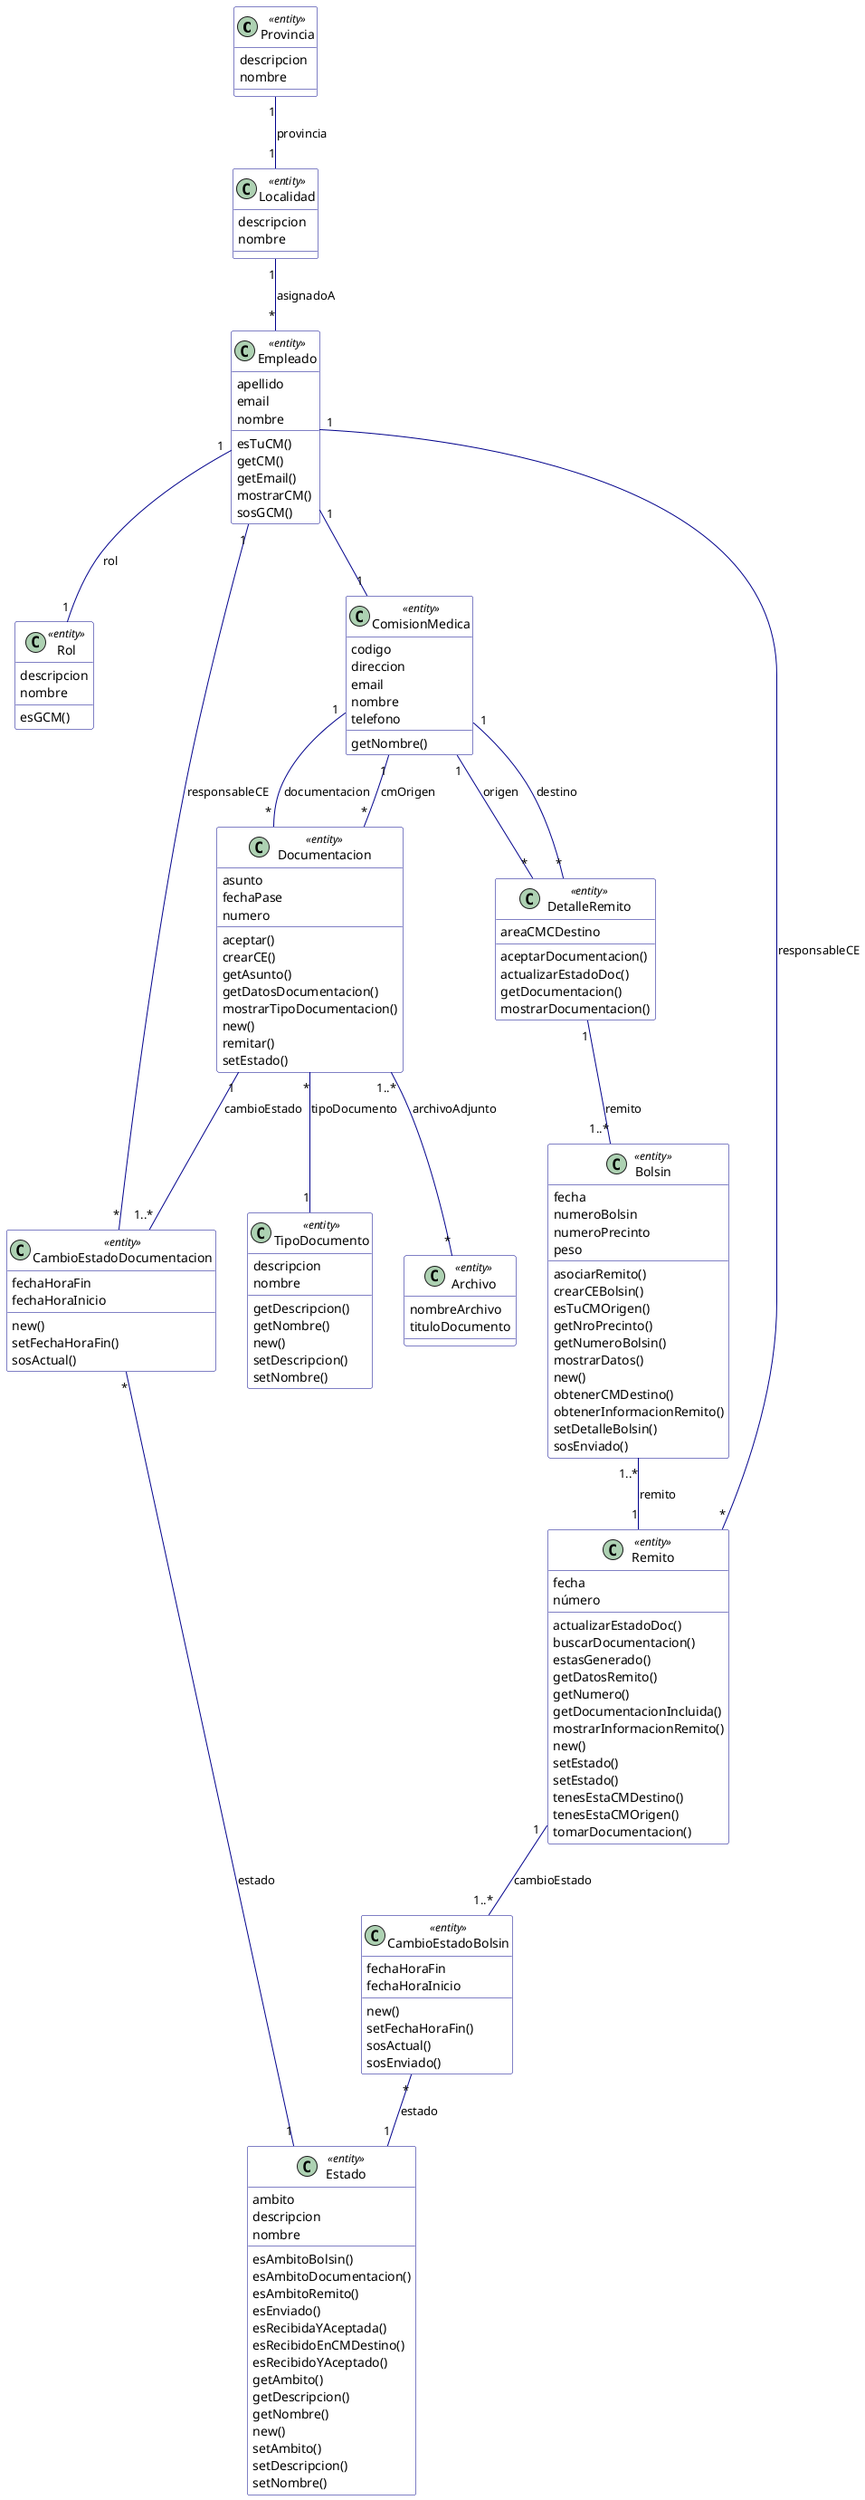
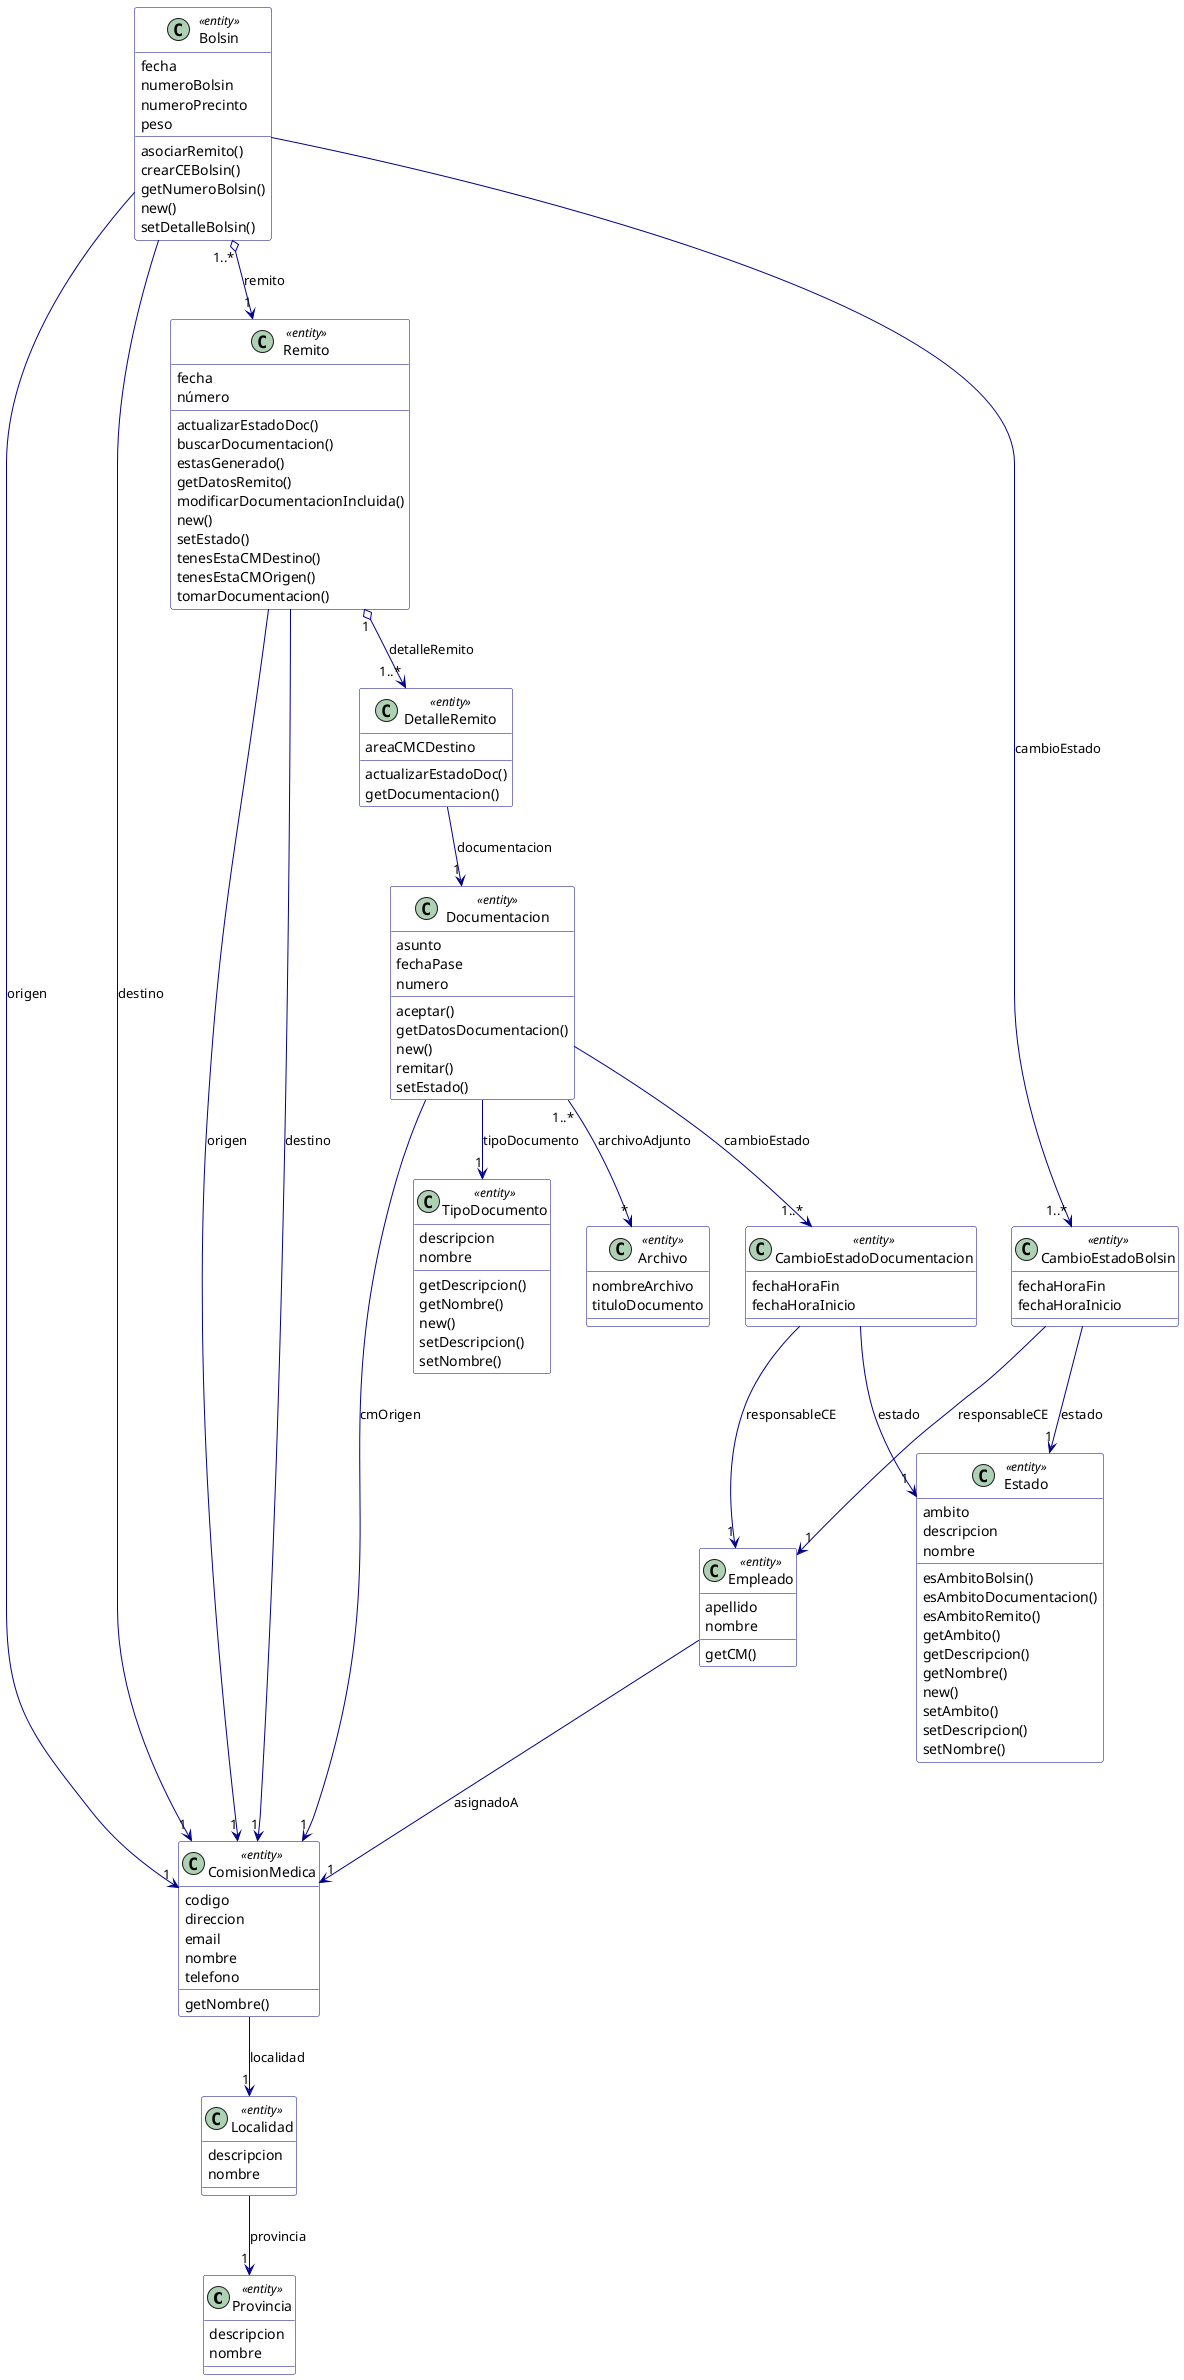
@startuml Modelo de Dominio - Bolsines

skinparam classAttributeIconSize 0
skinparam stereotypeCBackgroundColor LightBlue
skinparam classBorderColor DarkBlue
skinparam classBackgroundColor White
skinparam arrowColor DarkBlue

' ========================
' ENTITIES
' ========================

class Provincia <<entity>> {
  descripcion
  nombre
}

class Localidad <<entity>> {
  descripcion
  nombre
}

class Empleado <<entity>> {
  apellido
-   email
  nombre
-   esTuCM()
  getCM()
-   getEmail()
-   mostrarCM()
-   sosGCM()
- }
- 
- class Rol <<entity>> {
-   descripcion
-   nombre
-   esGCM()
}

class TipoDocumento <<entity>> {
  descripcion
  nombre
  getDescripcion()
  getNombre()
  new()
  setDescripcion()
  setNombre()
}

class Archivo <<entity>> {
  nombreArchivo
  tituloDocumento
}

class ComisionMedica <<entity>> {
  codigo
  direccion
  email
  nombre
  telefono
  getNombre()
}

class DetalleRemito <<entity>> {
  areaCMCDestino
-   aceptarDocumentacion()
  actualizarEstadoDoc()
  getDocumentacion()
-   mostrarDocumentacion()
}

class Documentacion <<entity>> {
  asunto
  fechaPase
  numero
  aceptar()
-   crearCE()
-   getAsunto()
  getDatosDocumentacion()
-   mostrarTipoDocumentacion()
  new()
  remitar()
  setEstado()
}

class Bolsin <<entity>> {
  fecha
  numeroBolsin
  numeroPrecinto
  peso
  asociarRemito()
  crearCEBolsin()
-   esTuCMOrigen()
-   getNroPrecinto()
  getNumeroBolsin()
-   mostrarDatos()
  new()
-   obtenerCMDestino()
-   obtenerInformacionRemito()
  setDetalleBolsin()
-   sosEnviado()
}

class Remito <<entity>> {
  fecha
  número
  actualizarEstadoDoc()
  buscarDocumentacion()
  estasGenerado()
  getDatosRemito()
-   getNumero()
-   getDocumentacionIncluida()
-   mostrarInformacionRemito()
+   modificarDocumentacionIncluida()
  new()
-   setEstado()
  setEstado()
  tenesEstaCMDestino()
  tenesEstaCMOrigen()
  tomarDocumentacion()
}

class Estado <<entity>> {
  ambito
  descripcion
  nombre
  esAmbitoBolsin()
  esAmbitoDocumentacion()
  esAmbitoRemito()
-   esEnviado()
-   esRecibidaYAceptada()
-   esRecibidoEnCMDestino()
-   esRecibidoYAceptado()
  getAmbito()
  getDescripcion()
  getNombre()
  new()
  setAmbito()
  setDescripcion()
  setNombre()
}

class CambioEstadoDocumentacion <<entity>> {
  fechaHoraFin
  fechaHoraInicio
-   new()
-   setFechaHoraFin()
-   sosActual()
}

class CambioEstadoBolsin <<entity>> {
  fechaHoraFin
  fechaHoraInicio
-   new()
-   setFechaHoraFin()
-   sosActual()
-   sosEnviado()
}

' ========================
' RELATIONSHIPS
' ========================

- ' Provincia - Localidad
- Provincia "1" -- "1" Localidad : provincia
+ Localidad --> "1" Provincia : provincia
+ ComisionMedica --> "1" Localidad : localidad
+ Empleado --> "1" ComisionMedica : asignadoA

- ' Localidad - Empleado
- Localidad "1" -- "*" Empleado : asignadoA
+ Documentacion --> "1" TipoDocumento : tipoDocumento
+ Documentacion "1..*" --> "*" Archivo : archivoAdjunto
+ Documentacion --> "1" ComisionMedica : cmOrigen
+ Documentacion --> "1..*" CambioEstadoDocumentacion : cambioEstado
+ CambioEstadoDocumentacion --> "1" Estado : estado
+ CambioEstadoDocumentacion --> "1" Empleado : responsableCE

- ' Empleado - Rol
- Empleado "1" -- "1" Rol : rol
+ DetalleRemito --> "1" Documentacion : documentacion
+ Remito "1" o--> "1..*" DetalleRemito : detalleRemito
+ Bolsin "1..*" o--> "1" Remito : remito

- ' Empleado - ComisionMedica
- Empleado "1" -- "1" ComisionMedica
+ Bolsin --> "1" ComisionMedica : origen
+ Bolsin --> "1" ComisionMedica : destino
+ Remito --> "1" ComisionMedica : origen
+ Remito --> "1" ComisionMedica : destino

- ' ComisionMedica - Documentacion
- ComisionMedica "1" -- "*" Documentacion : documentacion
- 
- ' ComisionMedica - DetalleRemito (origen/destino)
- ComisionMedica "1" -- "*" DetalleRemito : origen
- ComisionMedica "1" -- "*" DetalleRemito : destino
- 
- ' Documentacion - TipoDocumento
- Documentacion "*" -- "1" TipoDocumento : tipoDocumento
- 
- ' Documentacion - Archivo
- Documentacion "1..*" -- "*" Archivo : archivoAdjunto
- 
- ' Documentacion - ComisionMedica (cmOrigen)
- Documentacion "*" -- "1" ComisionMedica : cmOrigen
- 
- ' Documentacion - CambioEstadoDocumentacion
- Documentacion "1" -- "1..*" CambioEstadoDocumentacion : cambioEstado
- 
- ' CambioEstadoDocumentacion - Estado
- CambioEstadoDocumentacion "*" -- "1" Estado : estado
- 
- ' DetalleRemito - Bolsin
- DetalleRemito "1" -- "1..*" Bolsin : remito
- 
- ' Bolsin - Remito
- Bolsin "1..*" -- "1" Remito : remito
- 
- ' Remito - Estado (via CambioEstadoBolsin)
- Remito "1" -- "1..*" CambioEstadoBolsin : cambioEstado
- 
- ' CambioEstadoBolsin - Estado
- CambioEstadoBolsin "*" -- "1" Estado : estado
- 
- ' Remito - responsableCE (Empleado)
- Remito "*" -- "1" Empleado : responsableCE
- 
- ' Documentacion - responsableCE (Empleado)
- CambioEstadoDocumentacion "*" -- "1" Empleado : responsableCE
+ Bolsin --> "1..*" CambioEstadoBolsin : cambioEstado
+ CambioEstadoBolsin --> "1" Estado : estado
+ CambioEstadoBolsin --> "1" Empleado : responsableCE

@enduml
